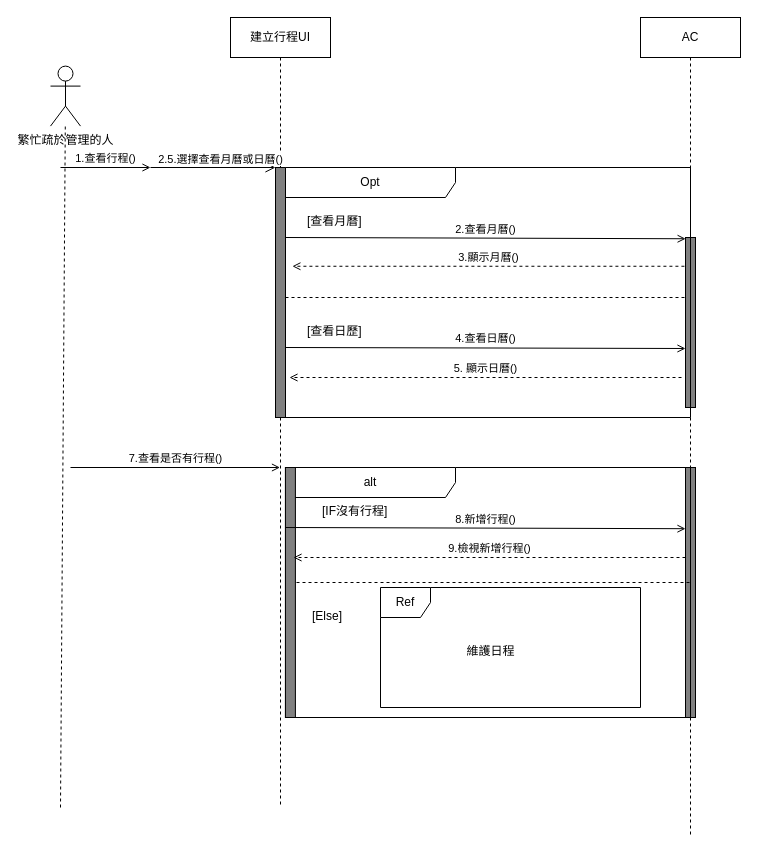
The draw.io diagram 建立循序圖.drawio in Kevincheng0804/Graduation-Topic, before the edit. Source tidied: cells renumbered, new cells numbered last; positions are measured from the earlier drawing's top-left corner, leaving out a move shared by most shapes. Both pictures are drawn from the tidied source at 100%, with x=0, y=0 at pixel (50, 17).
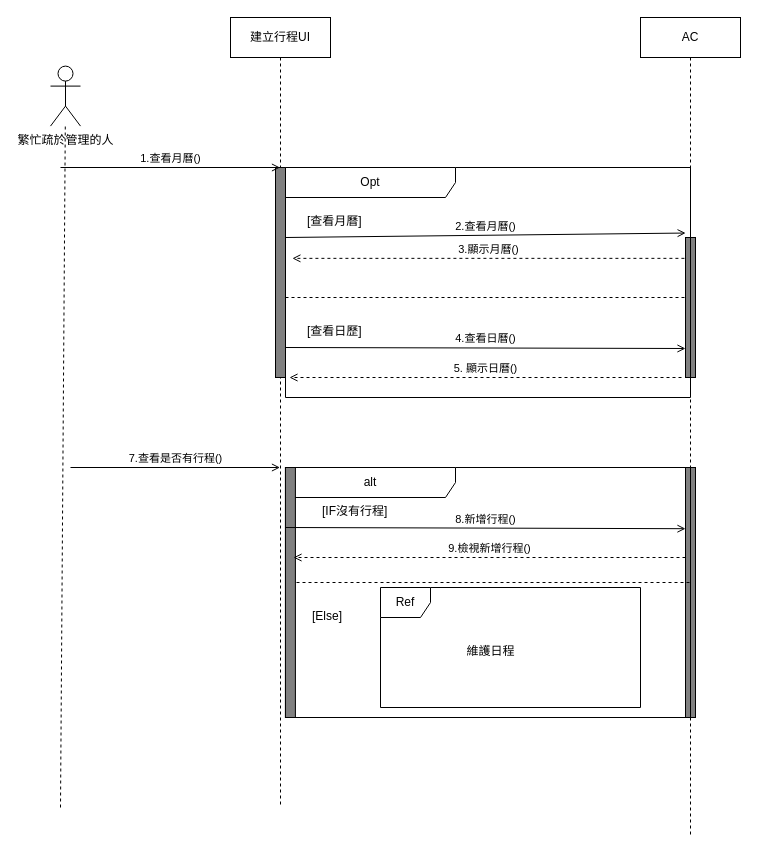
After the change.

Commit message:
更新建立循序圖.drawio

The change refers to these unchanged cells:
```xml
<mxCell id="3" value="AC" style="shape=umlLifeline;perimeter=lifelinePerimeter;whiteSpace=wrap;html=1;newEdgeStyle={&quot;edgeStyle&quot;:&quot;elbowEdgeStyle&quot;,&quot;elbow&quot;:&quot;vertical&quot;,&quot;curved&quot;:0,&quot;rounded&quot;:0};" parent="1" vertex="1">
  <mxGeometry x="590" width="100" height="820" as="geometry" />
</mxCell>
<mxCell id="6" value="建立行程UI" style="shape=umlLifeline;perimeter=lifelinePerimeter;whiteSpace=wrap;html=1;outlineConnect=0;portConstraint=eastwest;newEdgeStyle={&quot;edgeStyle&quot;:&quot;elbowEdgeStyle&quot;,&quot;elbow&quot;:&quot;vertical&quot;,&quot;curved&quot;:0,&quot;rounded&quot;:0};" parent="1" vertex="1">
  <mxGeometry x="180" width="100" height="790" as="geometry" />
</mxCell>
```

The edit, as a diff of the source:
```diff
@@
     <mxCell id="4" style="html=1;perimeter=orthogonalPerimeter;targetShapes=umlLifeline;newEdgeStyle={&quot;curved&quot;:0,&quot;rounded&quot;:0};fillColor=#808080;" parent="3" vertex="1">
-      <mxGeometry x="45" y="220" width="10" height="170" as="geometry" />
+      <mxGeometry x="45" y="220" width="10" height="140" as="geometry" />
     </mxCell>
@@
     <mxCell id="7" style="html=1;points=[[0,0,0,0,5],[0,1,0,0,-5],[1,0,0,0,5],[1,1,0,0,-5]];perimeter=orthogonalPerimeter;outlineConnect=0;targetShapes=umlLifeline;portConstraint=eastwest;newEdgeStyle={&quot;curved&quot;:0,&quot;rounded&quot;:0};fillColor=#808080;" parent="6" vertex="1">
-      <mxGeometry x="45" y="150" width="10" height="250" as="geometry" />
+      <mxGeometry x="45" y="150" width="10" height="210" as="geometry" />
     </mxCell>
-    <mxCell id="8" value="1.查看行程()" style="html=1;verticalAlign=bottom;labelBackgroundColor=none;endArrow=open;endFill=0;rounded=0;" parent="1" edge="1">
+    <mxCell id="8" value="1.查看月曆()" style="html=1;verticalAlign=bottom;labelBackgroundColor=none;endArrow=open;endFill=0;rounded=0;" parent="1" edge="1" target="6">
       <mxGeometry relative="1" as="geometry">
         <mxPoint x="10" y="150" as="sourcePoint" />
-        <mxPoint x="100" y="150" as="targetPoint" />
       </mxGeometry>
     </mxCell>
@@
     <mxCell id="10" value="Opt" style="shape=umlFrame;whiteSpace=wrap;html=1;width=170;" parent="1" vertex="1">
-      <mxGeometry x="235" y="150" width="405" height="250" as="geometry" />
+      <mxGeometry x="235" y="150" width="405" height="230" as="geometry" />
     </mxCell>
@@
-    <mxCell id="26" style="endArrow=open;startArrow=none;endFill=0;startFill=0;endSize=8;html=1;verticalAlign=bottom;labelBackgroundColor=none;strokeWidth=1;rounded=0;" parent="1" edge="1" target="7">
-      <mxGeometry relative="1" as="geometry">
-        <mxPoint x="100" y="150" as="sourcePoint" />
-      </mxGeometry>
-    </mxCell>
-    <mxCell id="27" value="2.5.選擇查看月曆或日曆()" style="edgeLabel;html=1;align=center;verticalAlign=middle;" parent="26" vertex="1">
-      <mxGeometry x="0.08" y="9" relative="1" as="geometry">
-        <mxPoint x="1" as="offset" />
-      </mxGeometry>
-    </mxCell>
```
